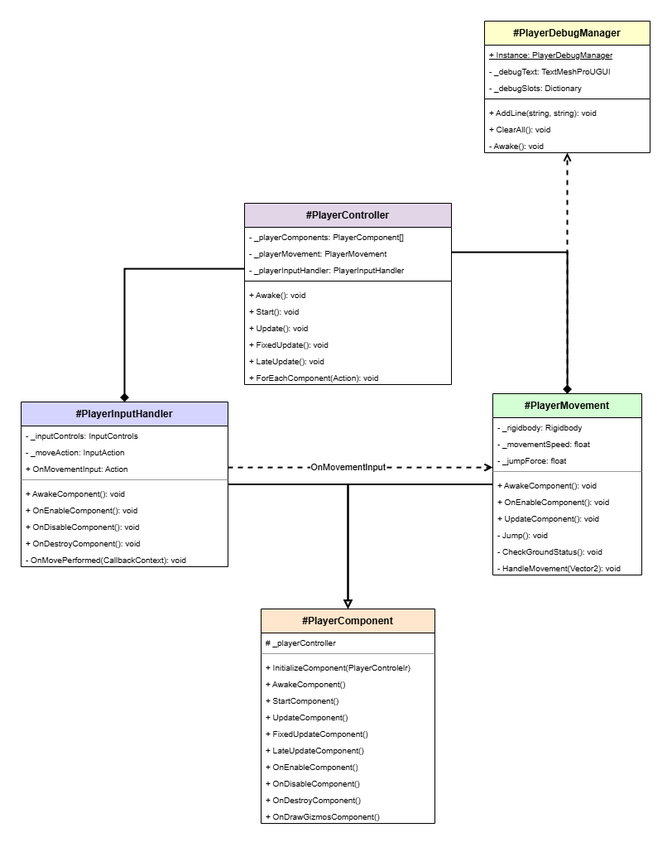
The draw.io diagram Assets/Scripts/Player/PlayerArchitecture.drawio.png in MurilloYonamine/Project-Cube, before a commit. Source tidied: cells renumbered, new cells last; positions are measured from the earlier drawing's top-left corner, leaving out a move shared by most shapes.
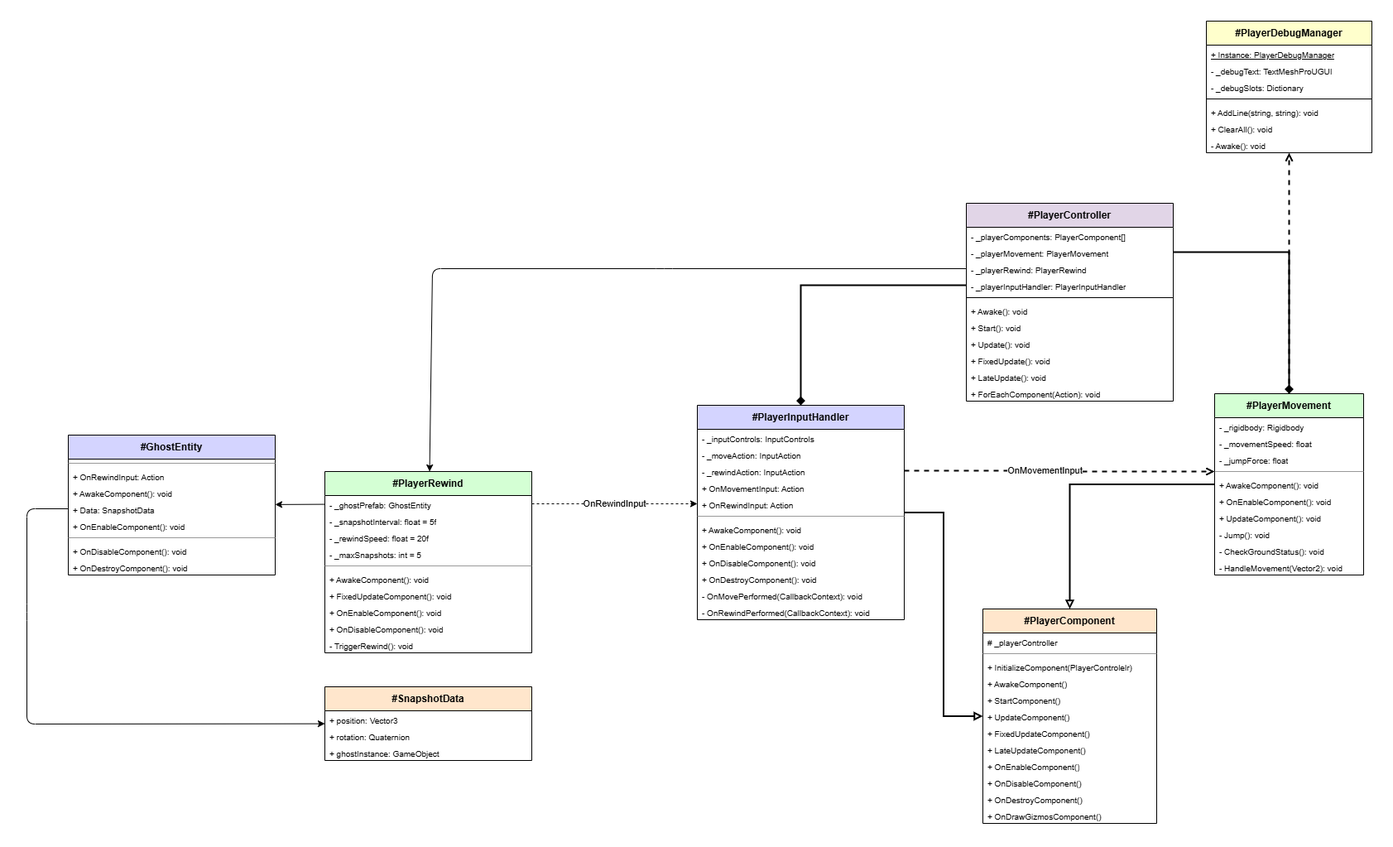
Above is the later version.

Diff of the diagram source:
```diff
@@ -3,7 +3,7 @@
     <mxCell id="0" />
     <mxCell id="1" parent="0" />
     <mxCell id="2" value="#PlayerController" style="swimlane;fontStyle=1;align=center;verticalAlign=middle;horizontal=1;startSize=29;html=1;whiteSpace=wrap;fillColor=#e1d5e7;swimlaneFillColor=none;" parent="1" vertex="1">
-      <mxGeometry x="270" y="220" width="250" height="219" as="geometry" />
+      <mxGeometry x="270" y="220" width="250" height="239" as="geometry" />
     </mxCell>
     <mxCell id="3" value="- _playerComponents: PlayerComponent[]" style="text;html=1;strokeColor=none;fillColor=none;align=left;verticalAlign=top;spacingLeft=4;spacingRight=4;overflow=hidden;whiteSpace=wrap;fontSize=10;" parent="2" vertex="1">
       <mxGeometry y="29" width="250" height="20" as="geometry" />
@@ -11,29 +11,32 @@
     <mxCell id="4" value="- _playerMovement: PlayerMovement" style="text;html=1;strokeColor=none;fillColor=none;align=left;verticalAlign=top;spacingLeft=4;spacingRight=4;overflow=hidden;points=[[0,0.5],[1,0.5]];portConstraint=eastwest;whiteSpace=wrap;fontSize=10;" parent="2" vertex="1">
       <mxGeometry y="49" width="250" height="20" as="geometry" />
     </mxCell>
+    <mxCell id="61" value="- _playerRewind: PlayerRewind" style="text;html=1;strokeColor=none;fillColor=none;align=left;verticalAlign=top;spacingLeft=4;spacingRight=4;overflow=hidden;points=[[0,0.5],[1,0.5]];portConstraint=eastwest;whiteSpace=wrap;fontSize=10;" parent="2" vertex="1">
+      <mxGeometry y="69" width="250" height="20" as="geometry" />
+    </mxCell>
     <mxCell id="5" value="- _playerInputHandler: PlayerInputHandler" style="text;html=1;strokeColor=none;fillColor=none;align=left;verticalAlign=top;spacingLeft=4;spacingRight=4;overflow=hidden;points=[[0,0.5],[1,0.5]];portConstraint=eastwest;whiteSpace=wrap;fontSize=10;" parent="2" vertex="1">
-      <mxGeometry y="69" width="250" height="20" as="geometry" />
+      <mxGeometry y="89" width="250" height="20" as="geometry" />
     </mxCell>
     <mxCell id="6" style="verticalLabelPosition=bottom;shadow=0;dashed=0;align=center;html=1;verticalAlign=top;strokeWidth=1;shape=mxgraph.mockup.markup.line;strokeColor:#999999;" parent="2" vertex="1">
-      <mxGeometry y="89" width="250" height="10" as="geometry" />
+      <mxGeometry y="109" width="250" height="10" as="geometry" />
     </mxCell>
     <mxCell id="7" value="+ Awake(): void" style="text;html=1;strokeColor=none;fillColor=none;align=left;verticalAlign=top;spacingLeft=4;spacingRight=4;overflow=hidden;whiteSpace=wrap;fontSize=10;" parent="2" vertex="1">
-      <mxGeometry y="99" width="250" height="20" as="geometry" />
+      <mxGeometry y="119" width="250" height="20" as="geometry" />
     </mxCell>
     <mxCell id="8" value="+ Start(): void" style="text;html=1;strokeColor=none;fillColor=none;align=left;verticalAlign=top;spacingLeft=4;spacingRight=4;overflow=hidden;whiteSpace=wrap;fontSize=10;" parent="2" vertex="1">
-      <mxGeometry y="119" width="250" height="20" as="geometry" />
+      <mxGeometry y="139" width="250" height="20" as="geometry" />
     </mxCell>
     <mxCell id="9" value="+ Update(): void" style="text;html=1;strokeColor=none;fillColor=none;align=left;verticalAlign=top;spacingLeft=4;spacingRight=4;overflow=hidden;whiteSpace=wrap;fontSize=10;" parent="2" vertex="1">
-      <mxGeometry y="139" width="250" height="20" as="geometry" />
+      <mxGeometry y="159" width="250" height="20" as="geometry" />
     </mxCell>
     <mxCell id="10" value="+ FixedUpdate(): void" style="text;html=1;strokeColor=none;fillColor=none;align=left;verticalAlign=top;spacingLeft=4;spacingRight=4;overflow=hidden;whiteSpace=wrap;fontSize=10;" parent="2" vertex="1">
-      <mxGeometry y="159" width="250" height="20" as="geometry" />
+      <mxGeometry y="179" width="250" height="20" as="geometry" />
     </mxCell>
     <mxCell id="11" value="+ LateUpdate(): void" style="text;html=1;strokeColor=none;fillColor=none;align=left;verticalAlign=top;spacingLeft=4;spacingRight=4;overflow=hidden;whiteSpace=wrap;fontSize=10;" parent="2" vertex="1">
-      <mxGeometry y="179" width="250" height="20" as="geometry" />
+      <mxGeometry y="199" width="250" height="20" as="geometry" />
     </mxCell>
     <mxCell id="12" value="+ ForEachComponent(Action&lt;PC&gt;): void" style="text;html=1;strokeColor=none;fillColor=none;align=left;verticalAlign=top;spacingLeft=4;spacingRight=4;overflow=hidden;whiteSpace=wrap;fontSize=10;" parent="2" vertex="1">
-      <mxGeometry y="199" width="250" height="20" as="geometry" />
+      <mxGeometry y="219" width="250" height="20" as="geometry" />
     </mxCell>
     <mxCell id="13" value="#PlayerComponent" style="swimlane;fontStyle=1;align=center;verticalAlign=middle;horizontal=1;startSize=29;html=1;whiteSpace=wrap;fillColor=#ffe6cc;swimlaneFillColor=none;" parent="1" vertex="1">
       <mxGeometry x="290" y="710" width="210" height="259" as="geometry" />
@@ -75,7 +78,7 @@
       <mxGeometry y="239" width="210" height="20" as="geometry" />
     </mxCell>
     <mxCell id="26" value="#PlayerInputHandler" style="swimlane;fontStyle=1;align=center;verticalAlign=middle;horizontal=1;startSize=29;html=1;whiteSpace=wrap;fillColor=#d4d4ff;swimlaneFillColor=none;" parent="1" vertex="1">
-      <mxGeometry y="460" width="250" height="199" as="geometry" />
+      <mxGeometry x="-55" y="464" width="250" height="259" as="geometry" />
     </mxCell>
     <mxCell id="27" value="- _inputControls: InputControls" style="text;html=1;strokeColor=none;fillColor=none;align=left;verticalAlign=top;spacingLeft=4;spacingRight=4;overflow=hidden;whiteSpace=wrap;fontSize=10;" parent="26" vertex="1">
       <mxGeometry y="29" width="250" height="20" as="geometry" />
@@ -83,26 +86,35 @@
     <mxCell id="28" value="- _moveAction: InputAction" style="text;html=1;strokeColor=none;fillColor=none;align=left;verticalAlign=top;spacingLeft=4;spacingRight=4;overflow=hidden;whiteSpace=wrap;fontSize=10;" parent="26" vertex="1">
       <mxGeometry y="49" width="250" height="20" as="geometry" />
     </mxCell>
+    <mxCell id="62" value="- _rewindAction: InputAction" style="text;html=1;strokeColor=none;fillColor=none;align=left;verticalAlign=top;spacingLeft=4;spacingRight=4;overflow=hidden;points=[[0,0.5],[1,0.5]];portConstraint=eastwest;whiteSpace=wrap;fontSize=10;" parent="26" vertex="1">
+      <mxGeometry y="69" width="250" height="20" as="geometry" />
+    </mxCell>
     <mxCell id="29" value="+ OnMovementInput: Action&lt;V2&gt;" style="text;html=1;strokeColor=none;fillColor=none;align=left;verticalAlign=top;spacingLeft=4;spacingRight=4;overflow=hidden;points=[[0,0.5],[1,0.5]];portConstraint=eastwest;whiteSpace=wrap;fontSize=10;" parent="26" vertex="1">
-      <mxGeometry y="69" width="250" height="20" as="geometry" />
+      <mxGeometry y="89" width="250" height="20" as="geometry" />
     </mxCell>
+    <mxCell id="63" value="+ OnRewindInput: Action" style="text;html=1;strokeColor=none;fillColor=none;align=left;verticalAlign=top;spacingLeft=4;spacingRight=4;overflow=hidden;points=[[0,0.5],[1,0.5]];portConstraint=eastwest;whiteSpace=wrap;fontSize=10;" parent="26" vertex="1">
+      <mxGeometry y="109" width="250" height="20" as="geometry" />
+    </mxCell>
     <mxCell id="30" style="verticalLabelPosition=bottom;shadow=0;dashed=0;align=center;html=1;verticalAlign=top;strokeWidth=1;shape=mxgraph.mockup.markup.line;strokeColor=#999999;" parent="26" vertex="1">
-      <mxGeometry y="89" width="250" height="10" as="geometry" />
+      <mxGeometry y="129" width="250" height="10" as="geometry" />
     </mxCell>
     <mxCell id="31" value="+ AwakeComponent(): void" style="text;html=1;strokeColor=none;fillColor=none;align=left;verticalAlign=top;spacingLeft=4;spacingRight=4;overflow=hidden;whiteSpace=wrap;fontSize=10;" parent="26" vertex="1">
-      <mxGeometry y="99" width="250" height="20" as="geometry" />
+      <mxGeometry y="139" width="250" height="20" as="geometry" />
     </mxCell>
     <mxCell id="32" value="+ OnEnableComponent(): void" style="text;html=1;strokeColor=none;fillColor=none;align=left;verticalAlign=top;spacingLeft=4;spacingRight=4;overflow=hidden;whiteSpace=wrap;fontSize=10;" parent="26" vertex="1">
-      <mxGeometry y="119" width="250" height="20" as="geometry" />
+      <mxGeometry y="159" width="250" height="20" as="geometry" />
     </mxCell>
     <mxCell id="33" value="+ OnDisableComponent(): void" style="text;html=1;strokeColor=none;fillColor=none;align=left;verticalAlign=top;spacingLeft=4;spacingRight=4;overflow=hidden;whiteSpace=wrap;fontSize=10;" parent="26" vertex="1">
-      <mxGeometry y="139" width="250" height="20" as="geometry" />
+      <mxGeometry y="179" width="250" height="20" as="geometry" />
     </mxCell>
     <mxCell id="34" value="+ OnDestroyComponent(): void" style="text;html=1;strokeColor=none;fillColor=none;align=left;verticalAlign=top;spacingLeft=4;spacingRight=4;overflow=hidden;whiteSpace=wrap;fontSize=10;" parent="26" vertex="1">
-      <mxGeometry y="159" width="250" height="20" as="geometry" />
+      <mxGeometry y="199" width="250" height="20" as="geometry" />
     </mxCell>
+    <mxCell id="64" value="- OnMovePerformed(CallbackContext): void" style="text;html=1;strokeColor=none;fillColor=none;align=left;verticalAlign=top;spacingLeft=4;spacingRight=4;overflow=hidden;whiteSpace=wrap;fontSize=10;" parent="26" vertex="1">
+      <mxGeometry y="219" width="250" height="20" as="geometry" />
+    </mxCell>
-    <mxCell id="35" value="- OnMovePerformed(CallbackContext): void" style="text;html=1;strokeColor=none;fillColor=none;align=left;verticalAlign=top;spacingLeft=4;spacingRight=4;overflow=hidden;whiteSpace=wrap;fontSize=10;" parent="26" vertex="1">
-      <mxGeometry y="179" width="250" height="20" as="geometry" />
+    <mxCell id="35" value="- OnRewindPerformed(CallbackContext): void" style="text;html=1;strokeColor=none;fillColor=none;align=left;verticalAlign=top;spacingLeft=4;spacingRight=4;overflow=hidden;whiteSpace=wrap;fontSize=10;" parent="26" vertex="1">
+      <mxGeometry y="239" width="250" height="20" as="geometry" />
     </mxCell>
     <mxCell id="36" value="#PlayerMovement" style="swimlane;fontStyle=1;align=center;verticalAlign=middle;horizontal=1;startSize=29;html=1;whiteSpace=wrap;fillColor=#d4ffd4;swimlaneFillColor=none;" parent="1" vertex="1">
       <mxGeometry x="570" y="450" width="180" height="219" as="geometry" />
@@ -149,11 +161,11 @@
     <mxCell id="50" style="edgeStyle=orthogonalEdgeStyle;rounded=0;jettySize=auto;html=1;endArrow=block;endFill=0;strokeWidth=2;" parent="1" edge="1" source="36" target="13">
       <mxGeometry relative="1" as="geometry" />
     </mxCell>
-    <mxCell id="51" value="&lt;span&gt;OnMovementInput&lt;/span&gt;" style="edgeStyle=orthogonalEdgeStyle;rounded=0;jettySize=auto;html=1;endArrow=open;strokeWidth=2;dashed=1;" parent="1" edge="1" source="29" target="36">
+    <mxCell id="51" value="&lt;span&gt;OnMovementInput&lt;/span&gt;" style="edgeStyle=orthogonalEdgeStyle;rounded=0;jettySize=auto;html=1;endArrow=open;strokeWidth=2;dashed=1;" parent="1" edge="1" source="62" target="36">
       <mxGeometry x="-0.09" relative="1" as="geometry">
         <Array as="points">
-          <mxPoint x="495" y="539" />
-          <mxPoint x="495" y="539" />
+          <mxPoint x="382" y="543" />
+          <mxPoint x="382" y="544" />
         </Array>
       </mxGeometry>
     </mxCell>
@@ -184,5 +196,100 @@
     <mxCell id="60" style="edgeStyle=orthogonalEdgeStyle;rounded=0;jettySize=auto;html=1;endArrow=open;strokeWidth=2;dashed=1;" parent="1" edge="1" source="36" target="52">
       <mxGeometry relative="1" as="geometry" />
     </mxCell>
+    <mxCell id="65" value="#PlayerRewind" style="swimlane;fontStyle=1;align=center;verticalAlign=middle;horizontal=1;startSize=29;html=1;whiteSpace=wrap;fillColor=#d4ffd4;swimlaneFillColor=none;" parent="1" vertex="1">
+      <mxGeometry x="-505" y="544" width="250" height="219" as="geometry" />
+    </mxCell>
+    <mxCell id="66" value="- _ghostPrefab: GhostEntity" style="text;html=1;strokeColor=none;fillColor=none;align=left;verticalAlign=top;spacingLeft=4;spacingRight=4;overflow=hidden;points=[[0,0.5],[1,0.5]];portConstraint=eastwest;whiteSpace=wrap;fontSize=10;" parent="65" vertex="1">
+      <mxGeometry y="29" width="250" height="20" as="geometry" />
+    </mxCell>
+    <mxCell id="67" value="- _snapshotInterval: float = 5f" style="text;html=1;strokeColor=none;fillColor=none;align=left;verticalAlign=top;spacingLeft=4;spacingRight=4;overflow=hidden;whiteSpace=wrap;fontSize=10;" parent="65" vertex="1">
+      <mxGeometry y="49" width="250" height="20" as="geometry" />
+    </mxCell>
+    <mxCell id="68" value="- _rewindSpeed: float = 20f" style="text;html=1;strokeColor=none;fillColor=none;align=left;verticalAlign=top;spacingLeft=4;spacingRight=4;overflow=hidden;whiteSpace=wrap;fontSize=10;" parent="65" vertex="1">
+      <mxGeometry y="69" width="250" height="20" as="geometry" />
+    </mxCell>
+    <mxCell id="69" value="- _maxSnapshots: int = 5" style="text;html=1;strokeColor=none;fillColor=none;align=left;verticalAlign=top;spacingLeft=4;spacingRight=4;overflow=hidden;whiteSpace=wrap;fontSize=10;" parent="65" vertex="1">
+      <mxGeometry y="89" width="250" height="20" as="geometry" />
+    </mxCell>
+    <mxCell id="70" style="verticalLabelPosition=bottom;shadow=0;dashed=0;align=center;html=1;verticalAlign=top;strokeWidth=1;shape=mxgraph.mockup.markup.line;strokeColor=#999999;" parent="65" vertex="1">
+      <mxGeometry y="109" width="250" height="10" as="geometry" />
+    </mxCell>
+    <mxCell id="71" value="+ AwakeComponent(): void" style="text;html=1;strokeColor=none;fillColor=none;align=left;verticalAlign=top;spacingLeft=4;spacingRight=4;overflow=hidden;whiteSpace=wrap;fontSize=10;" parent="65" vertex="1">
+      <mxGeometry y="119" width="250" height="20" as="geometry" />
+    </mxCell>
+    <mxCell id="72" value="+ FixedUpdateComponent(): void" style="text;html=1;strokeColor=none;fillColor=none;align=left;verticalAlign=top;spacingLeft=4;spacingRight=4;overflow=hidden;whiteSpace=wrap;fontSize=10;" parent="65" vertex="1">
+      <mxGeometry y="139" width="250" height="20" as="geometry" />
+    </mxCell>
+    <mxCell id="73" value="+ OnEnableComponent(): void" style="text;html=1;strokeColor=none;fillColor=none;align=left;verticalAlign=top;spacingLeft=4;spacingRight=4;overflow=hidden;whiteSpace=wrap;fontSize=10;" parent="65" vertex="1">
+      <mxGeometry y="159" width="250" height="20" as="geometry" />
+    </mxCell>
+    <mxCell id="74" value="+ OnDisableComponent(): void" style="text;html=1;strokeColor=none;fillColor=none;align=left;verticalAlign=top;spacingLeft=4;spacingRight=4;overflow=hidden;whiteSpace=wrap;fontSize=10;" parent="65" vertex="1">
+      <mxGeometry y="179" width="250" height="20" as="geometry" />
+    </mxCell>
+    <mxCell id="75" value="- TriggerRewind(): void" style="text;html=1;strokeColor=none;fillColor=none;align=left;verticalAlign=top;spacingLeft=4;spacingRight=4;overflow=hidden;whiteSpace=wrap;fontSize=10;" parent="65" vertex="1">
+      <mxGeometry y="199" width="250" height="20" as="geometry" />
+    </mxCell>
+    <mxCell id="76" value="OnRewindInput" style="edgeStyle=none;html=1;dashed=1;" parent="1" edge="1" source="66" target="63">
+      <mxGeometry relative="1" as="geometry" />
+    </mxCell>
+    <mxCell id="77" value="#SnapshotData" style="swimlane;fontStyle=1;align=center;verticalAlign=middle;horizontal=1;startSize=29;html=1;whiteSpace=wrap;fillColor=#ffe6cc;swimlaneFillColor=none;" parent="1" vertex="1">
+      <mxGeometry x="-505" y="804" width="250" height="89" as="geometry" />
+    </mxCell>
+    <mxCell id="78" value="+ position: Vector3" style="text;html=1;strokeColor=none;fillColor=none;align=left;verticalAlign=top;spacingLeft=4;spacingRight=4;overflow=hidden;whiteSpace=wrap;fontSize=10;" parent="77" vertex="1">
+      <mxGeometry y="29" width="250" height="20" as="geometry" />
+    </mxCell>
+    <mxCell id="79" value="+ rotation: Quaternion" style="text;html=1;strokeColor=none;fillColor=none;align=left;verticalAlign=top;spacingLeft=4;spacingRight=4;overflow=hidden;whiteSpace=wrap;fontSize=10;" parent="77" vertex="1">
+      <mxGeometry y="49" width="250" height="20" as="geometry" />
+    </mxCell>
+    <mxCell id="80" value="+ ghostInstance: GameObject" style="text;html=1;strokeColor=none;fillColor=none;align=left;verticalAlign=top;spacingLeft=4;spacingRight=4;overflow=hidden;whiteSpace=wrap;fontSize=10;" parent="77" vertex="1">
+      <mxGeometry y="69" width="250" height="20" as="geometry" />
+    </mxCell>
+    <mxCell id="81" value="#GhostEntity" style="swimlane;fontStyle=1;align=center;verticalAlign=middle;horizontal=1;startSize=29;html=1;whiteSpace=wrap;fillColor=#d4d4ff;swimlaneFillColor=none;" parent="1" vertex="1">
+      <mxGeometry x="-815" y="500" width="250" height="169" as="geometry" />
+    </mxCell>
+    <mxCell id="82" style="verticalLabelPosition=bottom;shadow=0;dashed=0;align=center;html=1;verticalAlign=top;strokeWidth=1;shape=mxgraph.mockup.markup.line;strokeColor=#999999;" parent="81" vertex="1">
+      <mxGeometry y="29" width="250" height="10" as="geometry" />
+    </mxCell>
+    <mxCell id="83" value="+ OnRewindInput: Action" style="text;html=1;strokeColor=none;fillColor=none;align=left;verticalAlign=top;spacingLeft=4;spacingRight=4;overflow=hidden;whiteSpace=wrap;fontSize=10;" parent="81" vertex="1">
+      <mxGeometry y="39" width="250" height="20" as="geometry" />
+    </mxCell>
+    <mxCell id="84" value="+ AwakeComponent(): void" style="text;html=1;strokeColor=none;fillColor=none;align=left;verticalAlign=top;spacingLeft=4;spacingRight=4;overflow=hidden;whiteSpace=wrap;fontSize=10;" parent="81" vertex="1">
+      <mxGeometry y="59" width="250" height="20" as="geometry" />
+    </mxCell>
+    <mxCell id="85" value="+ Data: SnapshotData" style="text;html=1;strokeColor=none;fillColor=none;align=left;verticalAlign=top;spacingLeft=4;spacingRight=4;overflow=hidden;points=[[0,0.5],[1,0.5]];portConstraint=eastwest;whiteSpace=wrap;fontSize=10;" parent="81" vertex="1">
+      <mxGeometry y="79" width="250" height="20" as="geometry" />
+    </mxCell>
+    <mxCell id="86" value="+ OnEnableComponent(): void" style="text;html=1;strokeColor=none;fillColor=none;align=left;verticalAlign=top;spacingLeft=4;spacingRight=4;overflow=hidden;whiteSpace=wrap;fontSize=10;" parent="81" vertex="1">
+      <mxGeometry y="99" width="250" height="20" as="geometry" />
+    </mxCell>
+    <mxCell id="87" style="verticalLabelPosition=bottom;shadow=0;dashed=0;align=center;html=1;verticalAlign=top;strokeWidth=1;shape=mxgraph.mockup.markup.line;strokeColor=#999999;" parent="81" vertex="1">
+      <mxGeometry y="119" width="250" height="10" as="geometry" />
+    </mxCell>
+    <mxCell id="88" value="+ OnDisableComponent(): void" style="text;html=1;strokeColor=none;fillColor=none;align=left;verticalAlign=top;spacingLeft=4;spacingRight=4;overflow=hidden;whiteSpace=wrap;fontSize=10;" parent="81" vertex="1">
+      <mxGeometry y="129" width="250" height="20" as="geometry" />
+    </mxCell>
+    <mxCell id="89" value="+ OnDestroyComponent(): void" style="text;html=1;strokeColor=none;fillColor=none;align=left;verticalAlign=top;spacingLeft=4;spacingRight=4;overflow=hidden;whiteSpace=wrap;fontSize=10;" parent="81" vertex="1">
+      <mxGeometry y="149" width="250" height="20" as="geometry" />
+    </mxCell>
+    <mxCell id="90" style="edgeStyle=none;html=1;" parent="1" edge="1" source="61" target="65">
+      <mxGeometry relative="1" as="geometry">
+        <Array as="points">
+          <mxPoint x="-95" y="299" />
+          <mxPoint x="-375" y="299" />
+        </Array>
+      </mxGeometry>
+    </mxCell>
+    <mxCell id="91" style="edgeStyle=none;html=1;" parent="1" edge="1" source="66" target="81">
+      <mxGeometry relative="1" as="geometry" />
+    </mxCell>
+    <mxCell id="92" style="edgeStyle=none;html=1;" parent="1" edge="1" source="85" target="77">
+      <mxGeometry relative="1" as="geometry">
+        <Array as="points">
+          <mxPoint x="-865" y="589" />
+          <mxPoint x="-865" y="714" />
+          <mxPoint x="-865" y="849" />
+        </Array>
+      </mxGeometry>
+    </mxCell>
   </root>
 </mxGraphModel>
```
